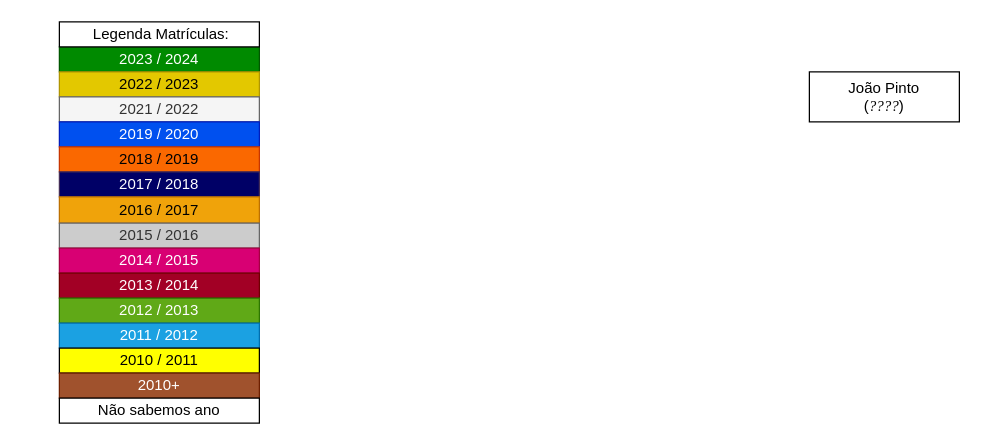
This is Draw.io/Familia do Boca.drawio from pdmtmr/PDMTMRTESTLOCATION-AKA-ARBUSTO, a draw.io file, before an edit. Source tidied: cells renumbered, new cells numbered last; positions are measured from the earlier drawing's top-left corner, leaving out a move shared by most shapes. Both pictures are drawn from the tidied source at 125%, with x=0, y=0 at pixel (59, 21).
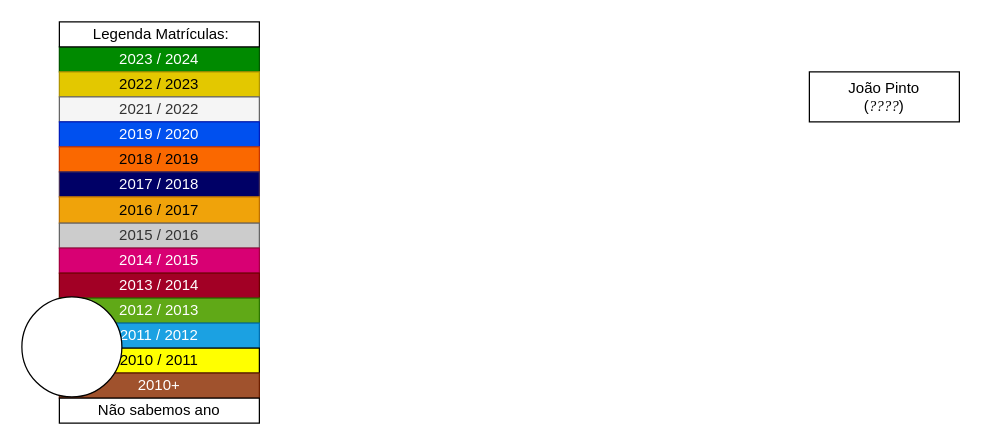
The same diagram, later.

Diff of the diagram source:
```diff
@@
 <mxGraphModel>
   <root>
     <mxCell id="0" />
     <mxCell id="1" parent="0" />
     <mxCell id="2" value="2023 / 2024" style="rounded=0;whiteSpace=wrap;html=1;fillColor=#008a00;fontColor=#ffffff;strokeColor=#005700;" parent="1" vertex="1">
       <mxGeometry y="20" width="160" height="20" as="geometry" />
     </mxCell>
     <mxCell id="3" value="2022 / 2023" style="rounded=0;whiteSpace=wrap;html=1;fillColor=#e3c800;fontColor=#000000;strokeColor=#B09500;" parent="1" vertex="1">
       <mxGeometry y="40" width="160" height="20" as="geometry" />
     </mxCell>
     <mxCell id="4" value="2021 / 2022" style="rounded=0;whiteSpace=wrap;html=1;fillColor=#f5f5f5;fontColor=#333333;strokeColor=#666666;" parent="1" vertex="1">
       <mxGeometry y="60" width="160" height="20" as="geometry" />
     </mxCell>
     <mxCell id="5" value="2019 / 2020" style="rounded=0;whiteSpace=wrap;html=1;fillColor=#0050ef;fontColor=#ffffff;strokeColor=#001DBC;" parent="1" vertex="1">
       <mxGeometry y="80" width="160" height="20" as="geometry" />
     </mxCell>
     <mxCell id="6" value="2018 / 2019" style="rounded=0;whiteSpace=wrap;html=1;fillColor=#fa6800;fontColor=#000000;strokeColor=#C73500;" parent="1" vertex="1">
       <mxGeometry y="100" width="160" height="20" as="geometry" />
     </mxCell>
     <mxCell id="7" value="&amp;nbsp;Legenda Matrículas:" style="rounded=0;whiteSpace=wrap;html=1;" parent="1" vertex="1">
       <mxGeometry width="160" height="20" as="geometry" />
     </mxCell>
     <mxCell id="8" value="2017 / 2018" style="rounded=0;whiteSpace=wrap;html=1;fillColor=#000066;fontColor=#ffffff;strokeColor=#432D57;" parent="1" vertex="1">
       <mxGeometry y="120" width="160" height="20" as="geometry" />
     </mxCell>
     <mxCell id="9" value="2016 / 2017" style="rounded=0;whiteSpace=wrap;html=1;fillColor=#f0a30a;fontColor=#000000;strokeColor=#BD7000;" parent="1" vertex="1">
       <mxGeometry y="140" width="160" height="21" as="geometry" />
     </mxCell>
     <mxCell id="10" value="2015 / 2016" style="rounded=0;whiteSpace=wrap;html=1;fillColor=#CCCCCC;strokeColor=#666666;fontColor=#333333;" parent="1" vertex="1">
       <mxGeometry y="161" width="160" height="20" as="geometry" />
     </mxCell>
     <mxCell id="11" value="2014 / 2015" style="rounded=0;whiteSpace=wrap;html=1;fillColor=#d80073;fontColor=#ffffff;strokeColor=#A50040;" parent="1" vertex="1">
       <mxGeometry y="181" width="160" height="20" as="geometry" />
     </mxCell>
     <mxCell id="12" value="2013 / 2014" style="rounded=0;whiteSpace=wrap;html=1;fillColor=#a20025;fontColor=#ffffff;strokeColor=#6F0000;" parent="1" vertex="1">
       <mxGeometry y="201" width="160" height="20" as="geometry" />
     </mxCell>
     <mxCell id="13" value="2012&lt;span style=&quot;background-color: initial;&quot;&gt;&amp;nbsp;/ 2013&lt;/span&gt;" style="rounded=0;whiteSpace=wrap;html=1;fillColor=#60a917;fontColor=#ffffff;strokeColor=#2D7600;" parent="1" vertex="1">
       <mxGeometry y="221" width="160" height="20" as="geometry" />
     </mxCell>
     <mxCell id="14" value="2011&lt;span style=&quot;background-color: initial;&quot;&gt;&amp;nbsp;/ 2012&lt;/span&gt;" style="rounded=0;whiteSpace=wrap;html=1;fillColor=#1ba1e2;fontColor=#ffffff;strokeColor=#006EAF;" parent="1" vertex="1">
       <mxGeometry y="241" width="160" height="20" as="geometry" />
     </mxCell>
     <mxCell id="15" value="2010&lt;span style=&quot;background-color: initial;&quot;&gt;&amp;nbsp;/ 2011&lt;/span&gt;" style="rounded=0;whiteSpace=wrap;html=1;fillColor=#FFFF00;fontColor=#000000;" parent="1" vertex="1">
       <mxGeometry y="261" width="160" height="20" as="geometry" />
     </mxCell>
     <mxCell id="16" value="2010+" style="rounded=0;whiteSpace=wrap;html=1;fillColor=#a0522d;strokeColor=#6D1F00;fontColor=#ffffff;" parent="1" vertex="1">
       <mxGeometry y="281" width="160" height="20" as="geometry" />
     </mxCell>
     <mxCell id="17" value="Não sabemos ano" style="rounded=0;whiteSpace=wrap;html=1;" parent="1" vertex="1">
       <mxGeometry y="301" width="160" height="20" as="geometry" />
     </mxCell>
     <mxCell id="18" value="&lt;div&gt;&lt;span style=&quot;background-color: initial;&quot;&gt;João Pinto&lt;/span&gt;&lt;/div&gt;&lt;div&gt;&lt;span style=&quot;background-color: initial;&quot;&gt;(&lt;/span&gt;&lt;i style=&quot;background-color: initial;&quot;&gt;&lt;font face=&quot;Times New Roman&quot;&gt;????&lt;/font&gt;&lt;/i&gt;&lt;span style=&quot;background-color: initial;&quot;&gt;)&lt;/span&gt;&lt;/div&gt;" style="rounded=0;whiteSpace=wrap;html=1;" parent="1" vertex="1">
       <mxGeometry x="600" y="40" width="120" height="40" as="geometry" />
     </mxCell>
+    <mxCell id="19" style="ellipse;whiteSpace=wrap;html=1;" parent="1" vertex="1">
+      <mxGeometry x="-30" y="220" width="80" height="80" as="geometry" />
+    </mxCell>
   </root>
 </mxGraphModel>
```
